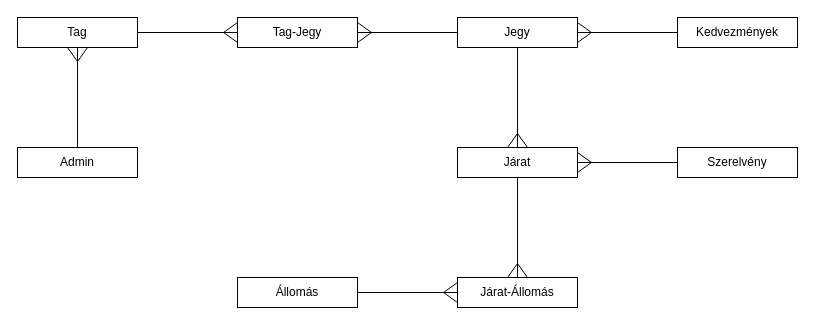
Above: dokumentacio/Egyedmodell.drawio in RevMarci/vasutmenetrend (draw.io), before the change. Source tidied: cells renumbered, new cells numbered last; positions are measured from the earlier drawing's top-left corner, leaving out a move shared by most shapes. Both pictures are drawn from the tidied source at 100%, with x=0, y=0 at pixel (17, 17).
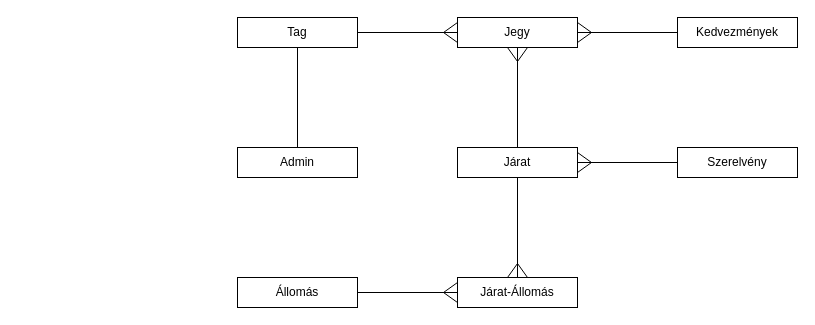
The same page after the edit.

Change to the diagram source:
```diff
@@
     <mxCell id="4" value="Tag" style="rounded=0;whiteSpace=wrap;html=1;" parent="1" vertex="1">
-      <mxGeometry width="120" height="30" as="geometry" />
+      <mxGeometry x="220" width="120" height="30" as="geometry" />
     </mxCell>
@@
-    <mxCell id="15" style="group;rotation=0;" parent="1" vertex="1">
-      <mxGeometry x="340" y="5" width="100" height="20" as="geometry" />
-    </mxCell>
-    <mxCell id="16" style="endArrow=none;html=1;rounded=0;" parent="15" edge="1">
-      <mxGeometry relative="1" as="geometry">
-        <mxPoint y="10" as="sourcePoint" />
-        <mxPoint x="100" y="10" as="targetPoint" />
-      </mxGeometry>
-    </mxCell>
-    <mxCell id="17" style="endArrow=none;html=1;rounded=0;" parent="15" edge="1">
-      <mxGeometry relative="1" as="geometry">
-        <mxPoint y="20" as="sourcePoint" />
-        <mxPoint x="14" y="10" as="targetPoint" />
-      </mxGeometry>
-    </mxCell>
-    <mxCell id="18" style="endArrow=none;html=1;rounded=0;" parent="15" edge="1">
-      <mxGeometry relative="1" as="geometry">
-        <mxPoint as="sourcePoint" />
-        <mxPoint x="14" y="10" as="targetPoint" />
-      </mxGeometry>
-    </mxCell>
-    <mxCell id="19" style="group;rotation=-90;" parent="1" vertex="1">
+    <mxCell id="19" style="group;rotation=90;" parent="1" vertex="1">
       <mxGeometry x="450" y="70" width="100" height="20" as="geometry" />
     </mxCell>
     <mxCell id="20" style="endArrow=none;html=1;rounded=0;" parent="19" edge="1">
       <mxGeometry relative="1" as="geometry">
-        <mxPoint x="50" y="60" as="sourcePoint" />
-        <mxPoint x="50" y="-40" as="targetPoint" />
+        <mxPoint x="50" y="-40" as="sourcePoint" />
+        <mxPoint x="50" y="60" as="targetPoint" />
       </mxGeometry>
     </mxCell>
     <mxCell id="21" style="endArrow=none;html=1;rounded=0;" parent="19" edge="1">
       <mxGeometry relative="1" as="geometry">
-        <mxPoint x="60" y="60" as="sourcePoint" />
-        <mxPoint x="50" y="46" as="targetPoint" />
+        <mxPoint x="40" y="-40" as="sourcePoint" />
+        <mxPoint x="50" y="-26" as="targetPoint" />
       </mxGeometry>
     </mxCell>
     <mxCell id="22" style="endArrow=none;html=1;rounded=0;" parent="19" edge="1">
       <mxGeometry relative="1" as="geometry">
-        <mxPoint x="40" y="60" as="sourcePoint" />
-        <mxPoint x="50" y="46" as="targetPoint" />
+        <mxPoint x="60" y="-40" as="sourcePoint" />
+        <mxPoint x="50" y="-26" as="targetPoint" />
       </mxGeometry>
     </mxCell>
-    <mxCell id="23" value="Tag-Jegy" style="rounded=0;whiteSpace=wrap;html=1;" parent="1" vertex="1">
-      <mxGeometry x="220" width="120" height="30" as="geometry" />
-    </mxCell>
     <mxCell id="24" style="group;rotation=-180;" parent="1" vertex="1">
-      <mxGeometry x="120" y="5" width="100" height="20" as="geometry" />
+      <mxGeometry x="340" y="5" width="100" height="20" as="geometry" />
     </mxCell>
@@
+    <mxCell id="43" style="edgeStyle=orthogonalEdgeStyle;rounded=0;jettySize=auto;html=1;exitX=0.5;exitY=0;exitDx=0;exitDy=0;entryX=0.5;entryY=1;entryDx=0;entryDy=0;endArrow=none;startFill=0;" parent="1" edge="1" source="34" target="4">
+      <mxGeometry relative="1" as="geometry" />
+    </mxCell>
     <mxCell id="34" value="Admin" style="rounded=0;whiteSpace=wrap;html=1;" parent="1" vertex="1">
-      <mxGeometry y="130" width="120" height="30" as="geometry" />
+      <mxGeometry x="220" y="130" width="120" height="30" as="geometry" />
     </mxCell>
-    <mxCell id="35" style="group;rotation=90;" parent="1" vertex="1">
-      <mxGeometry x="10" y="70" width="100" height="20" as="geometry" />
-    </mxCell>
-    <mxCell id="36" style="endArrow=none;html=1;rounded=0;" parent="35" edge="1">
-      <mxGeometry relative="1" as="geometry">
-        <mxPoint x="50" y="-40" as="sourcePoint" />
-        <mxPoint x="50" y="60" as="targetPoint" />
-      </mxGeometry>
-    </mxCell>
-    <mxCell id="37" style="endArrow=none;html=1;rounded=0;" parent="35" edge="1">
-      <mxGeometry relative="1" as="geometry">
-        <mxPoint x="40" y="-40" as="sourcePoint" />
-        <mxPoint x="50" y="-26" as="targetPoint" />
-      </mxGeometry>
-    </mxCell>
-    <mxCell id="38" style="endArrow=none;html=1;rounded=0;" parent="35" edge="1">
-      <mxGeometry relative="1" as="geometry">
-        <mxPoint x="60" y="-40" as="sourcePoint" />
-        <mxPoint x="50" y="-26" as="targetPoint" />
-      </mxGeometry>
-    </mxCell>
```
